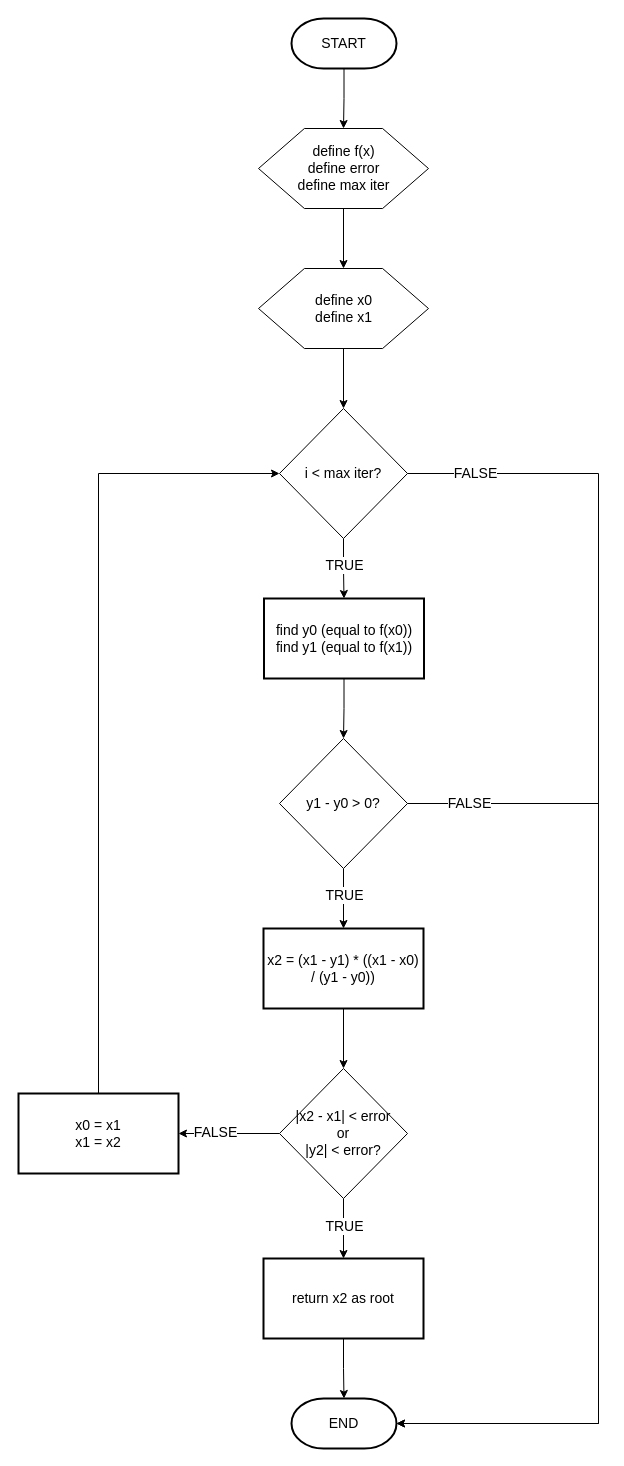
The draw.io diagram secant/secant.drawio in HarisHerdiansyah/computational-math, before the edit. Source tidied: cells renumbered, new cells numbered last; positions are measured from the earlier drawing's top-left corner, leaving out a move shared by most shapes. Both pictures are drawn from the tidied source at 100%, with x=0, y=0 at pixel (18, 18).
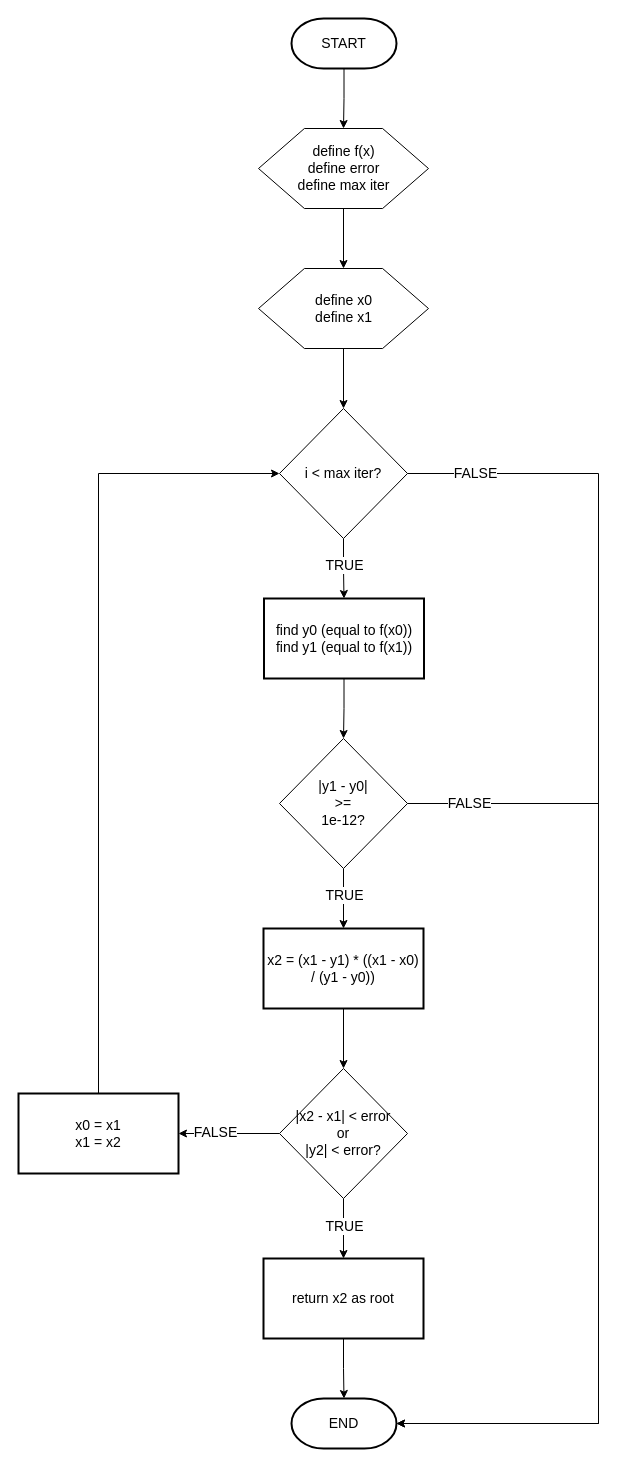
After the change.

Diff of the diagram source:
```diff
@@
-    <mxCell id="15" value="&lt;div&gt;y1 - y0 &amp;gt; 0?&lt;/div&gt;" style="rhombus;whiteSpace=wrap;html=1;fontSize=14;" parent="1" vertex="1">
+    <mxCell id="15" value="&lt;div&gt;|y1 - y0|&lt;/div&gt;&lt;div&gt;&amp;gt;=&lt;/div&gt;&lt;div&gt;1e-12?&lt;/div&gt;" style="rhombus;whiteSpace=wrap;html=1;fontSize=14;" parent="1" vertex="1">
       <mxGeometry x="261" y="720" width="128" height="130" as="geometry" />
     </mxCell>
```
